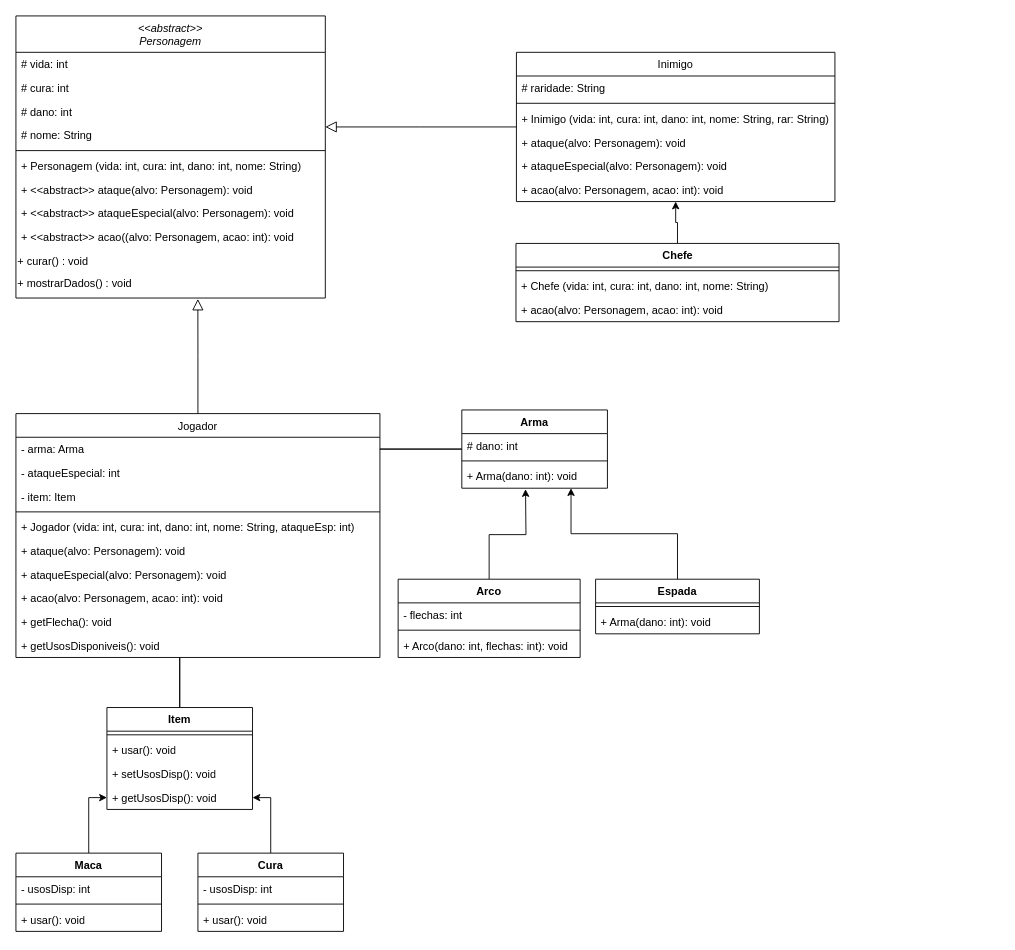
Earlier version of the draw.io diagram Diagrama sem nome.drawio (RomyMartinez/provaDePOO). Source tidied: cells renumbered, new cells numbered last; positions are measured from the earlier drawing's top-left corner, leaving out a move shared by most shapes. Both pictures are drawn from the tidied source at 91%, with x=0, y=0 at pixel (15, 15).
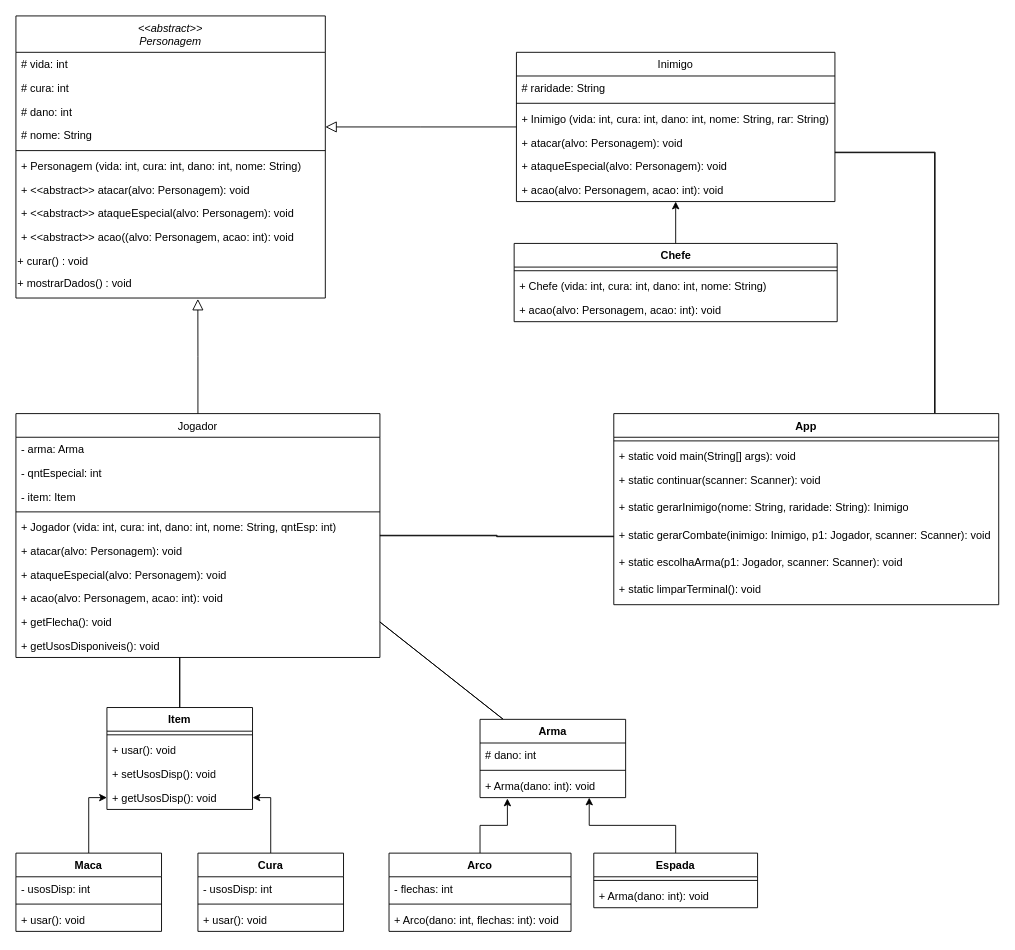
The same diagram, later.

Commit message:
Adicionar App  y arreglos

Unchanged cells that the change refers to:
```xml
<mxCell id="2" value="&lt;&lt;abstract&gt;&gt;&#10;Personagem&#10;&#10;" style="swimlane;fontStyle=2;align=center;verticalAlign=top;horizontal=1;startSize=40;rounded=0;shadow=0;strokeWidth=1;" parent="1" vertex="1">
  <mxGeometry width="340" height="310" as="geometry" />
</mxCell>
<mxCell id="14" value="Jogador" style="swimlane;fontStyle=0;align=center;verticalAlign=top;horizontal=1;startSize=26;rounded=0;shadow=0;strokeWidth=1;" parent="1" vertex="1">
  <mxGeometry y="437" width="400" height="268" as="geometry" />
</mxCell>
<mxCell id="15" value="- arma: Arma" style="text;align=left;verticalAlign=top;spacingLeft=4;spacingRight=4;overflow=hidden;points=[[0,0.5],[1,0.5]];portConstraint=eastwest;rounded=0;shadow=0;html=0;" parent="14" vertex="1">
  <mxGeometry y="26" width="400" height="26" as="geometry" />
</mxCell>
<mxCell id="23" value="+ getFlecha(): void" style="text;align=left;verticalAlign=top;spacingLeft=4;spacingRight=4;overflow=hidden;points=[[0,0.5],[1,0.5]];portConstraint=eastwest;" parent="14" vertex="1">
  <mxGeometry y="216" width="400" height="26" as="geometry" />
</mxCell>
<mxCell id="26" value="Inimigo" style="swimlane;fontStyle=0;align=center;verticalAlign=top;horizontal=1;startSize=26;rounded=0;shadow=0;strokeWidth=1;" parent="1" vertex="1">
  <mxGeometry x="550" y="40" width="350" height="164" as="geometry" />
</mxCell>
<mxCell id="38" value="+ Arma(dano: int): void" style="text;strokeColor=none;fillColor=none;align=left;verticalAlign=top;spacingLeft=4;spacingRight=4;overflow=hidden;points=[[0,0.5],[1,0.5]];portConstraint=eastwest;whiteSpace=wrap;html=1;" parent="35" vertex="1">
  <mxGeometry y="60" width="160" height="26" as="geometry" />
</mxCell>
```

Change to the diagram source:
```diff
@@
-    <mxCell id="9" value="+ &lt;&lt;abstract&gt;&gt; ataque(alvo: Personagem): void" style="text;align=left;verticalAlign=top;spacingLeft=4;spacingRight=4;overflow=hidden;" parent="2" vertex="1">
+    <mxCell id="9" value="+ &lt;&lt;abstract&gt;&gt; atacar(alvo: Personagem): void" style="text;align=left;verticalAlign=top;spacingLeft=4;spacingRight=4;overflow=hidden;" parent="2" vertex="1">
       <mxGeometry y="178" width="340" height="26" as="geometry" />
     </mxCell>
@@
+    <mxCell id="69" style="edgeStyle=orthogonalEdgeStyle;rounded=0;jettySize=auto;html=1;entryX=0;entryY=0.5;entryDx=0;entryDy=0;shape=link;width=0.5882352941176467;" parent="1" edge="1" source="14" target="76">
+      <mxGeometry relative="1" as="geometry" />
+    </mxCell>
@@
-    <mxCell id="16" value="- ataqueEspecial: int&#10;" style="text;align=left;verticalAlign=top;spacingLeft=4;spacingRight=4;overflow=hidden;" parent="14" vertex="1">
+    <mxCell id="16" value="- qntEspecial: int&#10;" style="text;align=left;verticalAlign=top;spacingLeft=4;spacingRight=4;overflow=hidden;" parent="14" vertex="1">
       <mxGeometry y="52" width="400" height="26" as="geometry" />
     </mxCell>
@@
-    <mxCell id="19" value="+ Jogador (vida: int, cura: int, dano: int, nome: String, ataqueEsp: int)" style="text;align=left;verticalAlign=top;spacingLeft=4;spacingRight=4;overflow=hidden;" parent="14" vertex="1">
+    <mxCell id="19" value="+ Jogador (vida: int, cura: int, dano: int, nome: String, qntEsp: int)" style="text;align=left;verticalAlign=top;spacingLeft=4;spacingRight=4;overflow=hidden;" parent="14" vertex="1">
       <mxGeometry y="112" width="400" height="26" as="geometry" />
     </mxCell>
-    <mxCell id="20" value="+ ataque(alvo: Personagem): void" style="text;align=left;verticalAlign=top;spacingLeft=4;spacingRight=4;overflow=hidden;" parent="14" vertex="1">
+    <mxCell id="20" value="+ atacar(alvo: Personagem): void" style="text;align=left;verticalAlign=top;spacingLeft=4;spacingRight=4;overflow=hidden;" parent="14" vertex="1">
       <mxGeometry y="138" width="400" height="26" as="geometry" />
     </mxCell>
@@
+    <mxCell id="70" style="edgeStyle=orthogonalEdgeStyle;rounded=0;jettySize=auto;html=1;shape=link;width=0.5882352941176467;entryX=0.834;entryY=-0.002;entryDx=0;entryDy=0;entryPerimeter=0;" parent="1" edge="1" source="26" target="71">
+      <mxGeometry relative="1" as="geometry">
+        <Array as="points">
+          <mxPoint x="1010" y="150" />
+        </Array>
+      </mxGeometry>
+    </mxCell>
@@
-    <mxCell id="30" value="+ ataque(alvo: Personagem): void" style="text;align=left;verticalAlign=top;spacingLeft=4;spacingRight=4;overflow=hidden;" parent="26" vertex="1">
+    <mxCell id="30" value="+ atacar(alvo: Personagem): void" style="text;align=left;verticalAlign=top;spacingLeft=4;spacingRight=4;overflow=hidden;" parent="26" vertex="1">
       <mxGeometry y="86" width="350" height="26" as="geometry" />
     </mxCell>
@@
-    <mxCell id="34" style="rounded=0;jettySize=auto;html=1;entryX=1;entryY=0.5;entryDx=0;entryDy=0;strokeColor=default;curved=0;shape=link;width=0;" parent="1" edge="1" source="35" target="15">
+    <mxCell id="34" style="rounded=0;jettySize=auto;html=1;entryX=1;entryY=0.5;entryDx=0;entryDy=0;strokeColor=default;curved=0;shape=link;width=0;" parent="1" edge="1" source="35" target="23">
       <mxGeometry relative="1" as="geometry" />
     </mxCell>
     <mxCell id="35" value="Arma" style="swimlane;fontStyle=1;align=center;verticalAlign=top;horizontal=1;startSize=26;whiteSpace=wrap;html=1;" parent="1" vertex="1">
-      <mxGeometry x="490" y="433" width="160" height="86" as="geometry" />
+      <mxGeometry x="510" y="773" width="160" height="86" as="geometry" />
     </mxCell>
@@
-    <mxCell id="39" style="edgeStyle=orthogonalEdgeStyle;rounded=0;jettySize=auto;html=1;exitX=0.5;exitY=0;exitDx=0;exitDy=0;" parent="1" edge="1" source="40">
-      <mxGeometry relative="1" as="geometry">
-        <mxPoint x="560" y="520" as="targetPoint" />
-      </mxGeometry>
+    <mxCell id="39" style="edgeStyle=orthogonalEdgeStyle;rounded=0;jettySize=auto;html=1;exitX=0.5;exitY=0;exitDx=0;exitDy=0;entryX=0.188;entryY=1.038;entryDx=0;entryDy=0;entryPerimeter=0;" parent="1" edge="1" source="40" target="38">
+      <mxGeometry relative="1" as="geometry" />
     </mxCell>
     <mxCell id="40" value="Arco" style="swimlane;fontStyle=1;align=center;verticalAlign=top;horizontal=1;startSize=26;whiteSpace=wrap;html=1;" parent="1" vertex="1">
-      <mxGeometry x="420" y="619" width="200" height="86" as="geometry" />
+      <mxGeometry x="410" y="920" width="200" height="86" as="geometry" />
     </mxCell>
@@
     <mxCell id="45" value="Espada" style="swimlane;fontStyle=1;align=center;verticalAlign=top;horizontal=1;startSize=26;whiteSpace=wrap;html=1;" parent="1" vertex="1">
-      <mxGeometry x="637" y="619" width="180" height="60" as="geometry" />
+      <mxGeometry x="635" y="920" width="180" height="60" as="geometry" />
     </mxCell>
@@
     <mxCell id="49" value="Chefe" style="swimlane;fontStyle=1;align=center;verticalAlign=top;horizontal=1;startSize=26;whiteSpace=wrap;html=1;" parent="1" vertex="1">
-      <mxGeometry x="549.5" y="250" width="355" height="86" as="geometry" />
+      <mxGeometry x="547.5" y="250" width="355" height="86" as="geometry" />
     </mxCell>
@@
+    <mxCell id="71" value="App" style="swimlane;fontStyle=1;align=center;verticalAlign=top;horizontal=1;startSize=26;whiteSpace=wrap;html=1;" parent="1" vertex="1">
+      <mxGeometry x="657" y="437" width="423" height="210" as="geometry" />
+    </mxCell>
+    <mxCell id="72" style="line;strokeWidth=1;fillColor=none;align=left;verticalAlign=middle;spacingTop=-1;spacingLeft=3;spacingRight=3;labelPosition=right;strokeColor=inherit;" parent="71" vertex="1">
+      <mxGeometry y="26" width="423" height="8" as="geometry" />
+    </mxCell>
+    <mxCell id="73" value="+&amp;nbsp;static void main(String[] args): void" style="text;strokeColor=none;fillColor=none;align=left;verticalAlign=top;spacingLeft=4;spacingRight=4;overflow=hidden;whiteSpace=wrap;html=1;" parent="71" vertex="1">
+      <mxGeometry y="34" width="423" height="26" as="geometry" />
+    </mxCell>
+    <mxCell id="74" value="+&amp;nbsp;static continuar(scanner: Scanner): void" style="text;strokeColor=none;fillColor=none;align=left;verticalAlign=top;spacingLeft=4;spacingRight=4;overflow=hidden;whiteSpace=wrap;html=1;" parent="71" vertex="1">
+      <mxGeometry y="60" width="423" height="30" as="geometry" />
+    </mxCell>
+    <mxCell id="75" value="+&amp;nbsp;static gerarInimigo(nome: String, raridade: String): Inimigo" style="text;strokeColor=none;fillColor=none;align=left;verticalAlign=top;spacingLeft=4;spacingRight=4;overflow=hidden;whiteSpace=wrap;html=1;" parent="71" vertex="1">
+      <mxGeometry y="90" width="423" height="30" as="geometry" />
+    </mxCell>
+    <mxCell id="76" value="+&amp;nbsp;static gerarCombate(inimigo: Inimigo, p1: Jogador, scanner: Scanner): void" style="text;strokeColor=none;fillColor=none;align=left;verticalAlign=top;spacingLeft=4;spacingRight=4;overflow=hidden;points=[[0,0.5],[1,0.5]];portConstraint=eastwest;whiteSpace=wrap;html=1;" parent="71" vertex="1">
+      <mxGeometry y="120" width="423" height="30" as="geometry" />
+    </mxCell>
+    <mxCell id="77" value="+&amp;nbsp;static escolhaArma(p1: Jogador, scanner: Scanner): void" style="text;strokeColor=none;fillColor=none;align=left;verticalAlign=top;spacingLeft=4;spacingRight=4;overflow=hidden;whiteSpace=wrap;html=1;" parent="71" vertex="1">
+      <mxGeometry y="150" width="423" height="30" as="geometry" />
+    </mxCell>
+    <mxCell id="78" value="+&amp;nbsp;static limparTerminal(): void" style="text;strokeColor=none;fillColor=none;align=left;verticalAlign=top;spacingLeft=4;spacingRight=4;overflow=hidden;whiteSpace=wrap;html=1;" parent="71" vertex="1">
+      <mxGeometry y="180" width="423" height="30" as="geometry" />
+    </mxCell>
```
